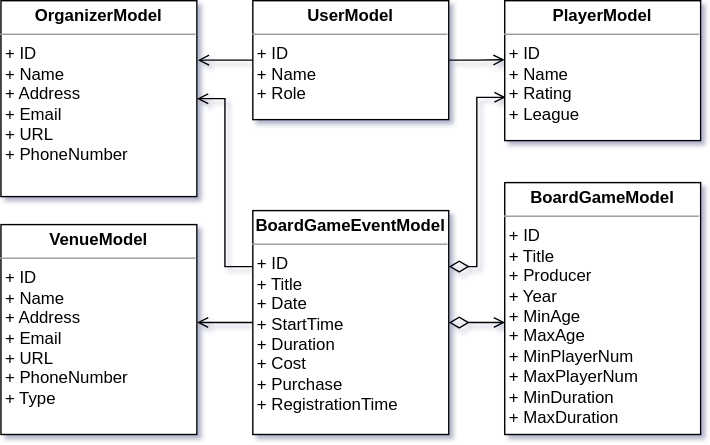
This is docs/img/Models.svg from MyMiDiII/bmstu-sd, a draw.io export, as it was before one commit. Source tidied: cells renumbered, new cells last; positions are measured from the earlier drawing's top-left corner, leaving out a move shared by most shapes.
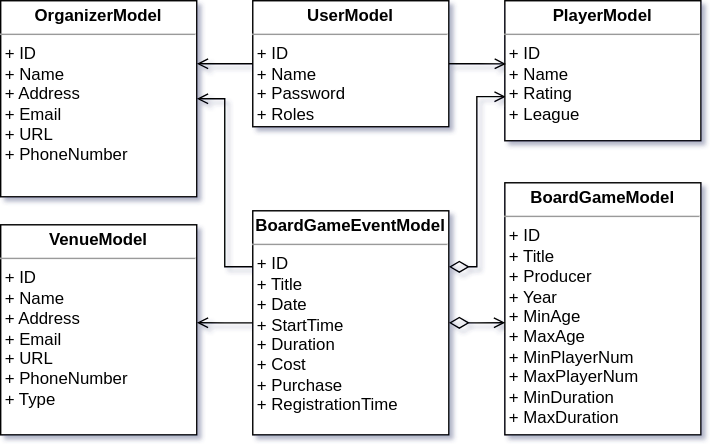
The same diagram one commit later.

Diff of the diagram source:
```diff
@@ -26,14 +26,19 @@
     <mxCell id="7" value="&lt;p style=&quot;margin:0px;margin-top:4px;text-align:center;&quot;&gt;&lt;b&gt;PlayerModel&lt;/b&gt;&lt;/p&gt;&lt;hr size=&quot;1&quot;&gt;&lt;div style=&quot;height:2px;&quot;&gt;&amp;nbsp;+ ID&lt;br&gt;&amp;nbsp;+ Name&lt;br&gt;&amp;nbsp;+ Rating&lt;br&gt;&amp;nbsp;+ League&lt;/div&gt;" style="verticalAlign=top;align=left;overflow=fill;fontSize=12;fontFamily=Helvetica;html=1;labelBorderColor=none;fontColor=default;" parent="1" vertex="1">
       <mxGeometry x="360" width="140" height="100" as="geometry" />
     </mxCell>
-    <mxCell id="8" style="edgeStyle=orthogonalEdgeStyle;shape=connector;rounded=0;jettySize=auto;html=1;exitX=0.5;exitY=1;exitDx=0;exitDy=0;entryX=1.004;entryY=0.304;entryDx=0;entryDy=0;entryPerimeter=0;labelBackgroundColor=default;fontFamily=Helvetica;fontSize=11;fontColor=default;startArrow=none;startFill=0;endArrow=open;startSize=12;endSize=6;strokeColor=default;" parent="1" edge="1" source="10" target="11">
-      <mxGeometry relative="1" as="geometry" />
+    <mxCell id="8" style="edgeStyle=orthogonalEdgeStyle;shape=connector;rounded=0;jettySize=auto;html=1;exitX=0.5;exitY=1;exitDx=0;exitDy=0;labelBackgroundColor=default;fontFamily=Helvetica;fontSize=11;fontColor=default;startArrow=none;startFill=0;endArrow=open;startSize=12;endSize=6;strokeColor=default;" parent="1" edge="1" source="10" target="11">
+      <mxGeometry relative="1" as="geometry">
+        <Array as="points">
+          <mxPoint x="150" y="45" />
+          <mxPoint x="150" y="45" />
+        </Array>
+      </mxGeometry>
     </mxCell>
-    <mxCell id="9" style="edgeStyle=orthogonalEdgeStyle;shape=connector;rounded=0;jettySize=auto;html=1;exitX=0.5;exitY=0;exitDx=0;exitDy=0;entryX=0;entryY=0.422;entryDx=0;entryDy=0;entryPerimeter=0;labelBackgroundColor=default;fontFamily=Helvetica;fontSize=11;fontColor=default;startArrow=none;startFill=0;endArrow=open;startSize=12;endSize=6;strokeColor=default;" parent="1" edge="1" source="10" target="7">
+    <mxCell id="9" style="edgeStyle=orthogonalEdgeStyle;shape=connector;rounded=0;jettySize=auto;html=1;exitX=0.5;exitY=0;exitDx=0;exitDy=0;entryX=0.006;entryY=0.451;entryDx=0;entryDy=0;entryPerimeter=0;labelBackgroundColor=default;fontFamily=Helvetica;fontSize=11;fontColor=default;startArrow=none;startFill=0;endArrow=open;startSize=12;endSize=6;strokeColor=default;" parent="1" edge="1" source="10" target="7">
       <mxGeometry relative="1" as="geometry" />
     </mxCell>
-    <mxCell id="10" value="&lt;p style=&quot;margin:0px;margin-top:4px;text-align:center;&quot;&gt;&lt;b&gt;UserModel&lt;/b&gt;&lt;/p&gt;&lt;hr size=&quot;1&quot;&gt;&amp;nbsp;+ ID&lt;br&gt;&amp;nbsp;+ Name&lt;br&gt;&amp;nbsp;+ Role&lt;br&gt;&lt;div style=&quot;height:2px;&quot;&gt;&lt;br&gt;&lt;/div&gt;" style="verticalAlign=top;align=left;overflow=fill;fontSize=12;fontFamily=Helvetica;html=1;labelBorderColor=none;fontColor=default;spacingLeft=0;spacingRight=0;direction=south;" parent="1" vertex="1">
-      <mxGeometry x="180" width="140" height="85" as="geometry" />
+    <mxCell id="10" value="&lt;p style=&quot;margin:0px;margin-top:4px;text-align:center;&quot;&gt;&lt;b&gt;UserModel&lt;/b&gt;&lt;/p&gt;&lt;hr size=&quot;1&quot;&gt;&amp;nbsp;+ ID&lt;br&gt;&amp;nbsp;+ Name&lt;br&gt;&amp;nbsp;+ Password&lt;br&gt;&amp;nbsp;+ Roles&lt;br&gt;&lt;div style=&quot;height:2px;&quot;&gt;&lt;br&gt;&lt;/div&gt;" style="verticalAlign=top;align=left;overflow=fill;fontSize=12;fontFamily=Helvetica;html=1;labelBorderColor=none;fontColor=default;spacingLeft=0;spacingRight=0;direction=south;" parent="1" vertex="1">
+      <mxGeometry x="180" width="140" height="90" as="geometry" />
     </mxCell>
     <mxCell id="11" value="&lt;p style=&quot;margin:0px;margin-top:4px;text-align:center;&quot;&gt;&lt;b&gt;OrganizerModel&lt;/b&gt;&lt;/p&gt;&lt;hr size=&quot;1&quot;&gt;&lt;div style=&quot;height:2px;&quot;&gt;&amp;nbsp;+ ID&lt;br&gt;&amp;nbsp;+ Name&lt;br&gt;&amp;nbsp;+ Address&lt;br&gt;&amp;nbsp;+ Email&lt;br&gt;&amp;nbsp;+ URL&lt;br&gt;&amp;nbsp;+ PhoneNumber&lt;br&gt;&lt;/div&gt;" style="verticalAlign=top;align=left;overflow=fill;fontSize=12;fontFamily=Helvetica;html=1;labelBorderColor=none;fontColor=default;" parent="1" vertex="1">
       <mxGeometry width="140" height="140" as="geometry" />
```
